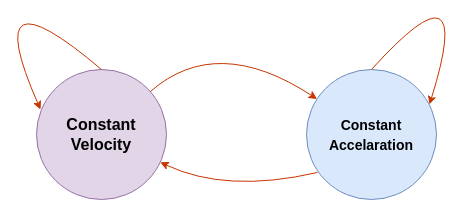
This is page "Page-4" (4 of 4) of Untitled Diagram.drawio from burakbasaraann/drawing, a draw.io file, before an edit. Source tidied: cells renumbered, new cells numbered last; positions are measured from the earlier drawing's top-left corner, leaving out a move shared by most shapes. Both pictures are drawn from the tidied source at 100%, with x=0, y=0 at pixel (-24, -47).
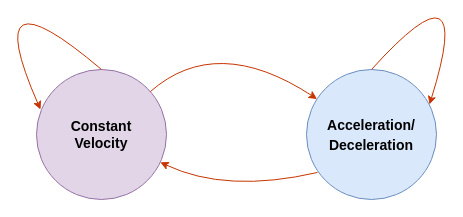
The same page after the edit.

The edit, as a diff of the source:
```diff
@@
 <mxGraphModel>
   <root>
     <mxCell id="0" />
     <mxCell id="1" parent="0" />
-    <mxCell id="2" value="&lt;font style=&quot;font-size: 16px&quot;&gt;Constant&lt;br&gt;Velocity&lt;/font&gt;" style="ellipse;whiteSpace=wrap;html=1;fontStyle=1;fillColor=#e1d5e7;strokeColor=#9673a6;" parent="1" vertex="1">
+    <mxCell id="2" value="&lt;font style=&quot;font-size: 14px&quot;&gt;Constant&lt;br&gt;Velocity&lt;/font&gt;" style="ellipse;whiteSpace=wrap;html=1;fontStyle=1;fillColor=#e1d5e7;strokeColor=#9673a6;" parent="1" vertex="1">
       <mxGeometry x="60" y="116" width="130" height="130" as="geometry" />
     </mxCell>
-    <mxCell id="3" value="&lt;font style=&quot;font-size: 14px&quot;&gt;Constant&lt;br&gt;Accelaration&lt;/font&gt;" style="ellipse;whiteSpace=wrap;html=1;fontStyle=1;fontSize=16;fillColor=#dae8fc;strokeColor=#6c8ebf;" parent="1" vertex="1">
+    <mxCell id="3" value="&lt;span style=&quot;font-size: 14px&quot;&gt;Acceleration/&lt;/span&gt;&lt;br&gt;&lt;span style=&quot;font-size: 14px&quot;&gt;Deceleration&lt;/span&gt;" style="ellipse;whiteSpace=wrap;html=1;fontStyle=1;fontSize=16;fillColor=#dae8fc;strokeColor=#6c8ebf;" parent="1" vertex="1">
       <mxGeometry x="330" y="116" width="130" height="130" as="geometry" />
     </mxCell>
     <mxCell id="4" style="endArrow=classic;html=1;curved=1;fillColor=#fa6800;strokeColor=#C73500;" parent="1" edge="1" source="2" target="3">
       <mxGeometry relative="1" as="geometry">
         <Array as="points">
           <mxPoint x="240" y="80" />
         </Array>
       </mxGeometry>
     </mxCell>
     <mxCell id="5" style="endArrow=classic;html=1;curved=1;exitX=0.085;exitY=0.792;exitDx=0;exitDy=0;exitPerimeter=0;fillColor=#fa6800;strokeColor=#C73500;" parent="1" edge="1" source="3" target="2">
       <mxGeometry relative="1" as="geometry">
         <Array as="points">
           <mxPoint x="250" y="240" />
         </Array>
       </mxGeometry>
     </mxCell>
     <mxCell id="6" style="endArrow=classic;html=1;entryX=0.946;entryY=0.269;entryDx=0;entryDy=0;entryPerimeter=0;exitX=0.5;exitY=0;exitDx=0;exitDy=0;curved=1;fillColor=#fa6800;strokeColor=#C73500;" parent="1" edge="1" source="3" target="3">
       <mxGeometry relative="1" as="geometry">
         <Array as="points">
           <mxPoint x="500" />
         </Array>
       </mxGeometry>
     </mxCell>
     <mxCell id="7" style="endArrow=classic;html=1;entryX=0.031;entryY=0.308;entryDx=0;entryDy=0;exitX=0.5;exitY=0;exitDx=0;exitDy=0;curved=1;entryPerimeter=0;fillColor=#fa6800;strokeColor=#C73500;" parent="1" edge="1" source="2" target="2">
       <mxGeometry relative="1" as="geometry">
         <Array as="points">
           <mxPoint y="10" />
         </Array>
       </mxGeometry>
     </mxCell>
   </root>
 </mxGraphModel>
```
